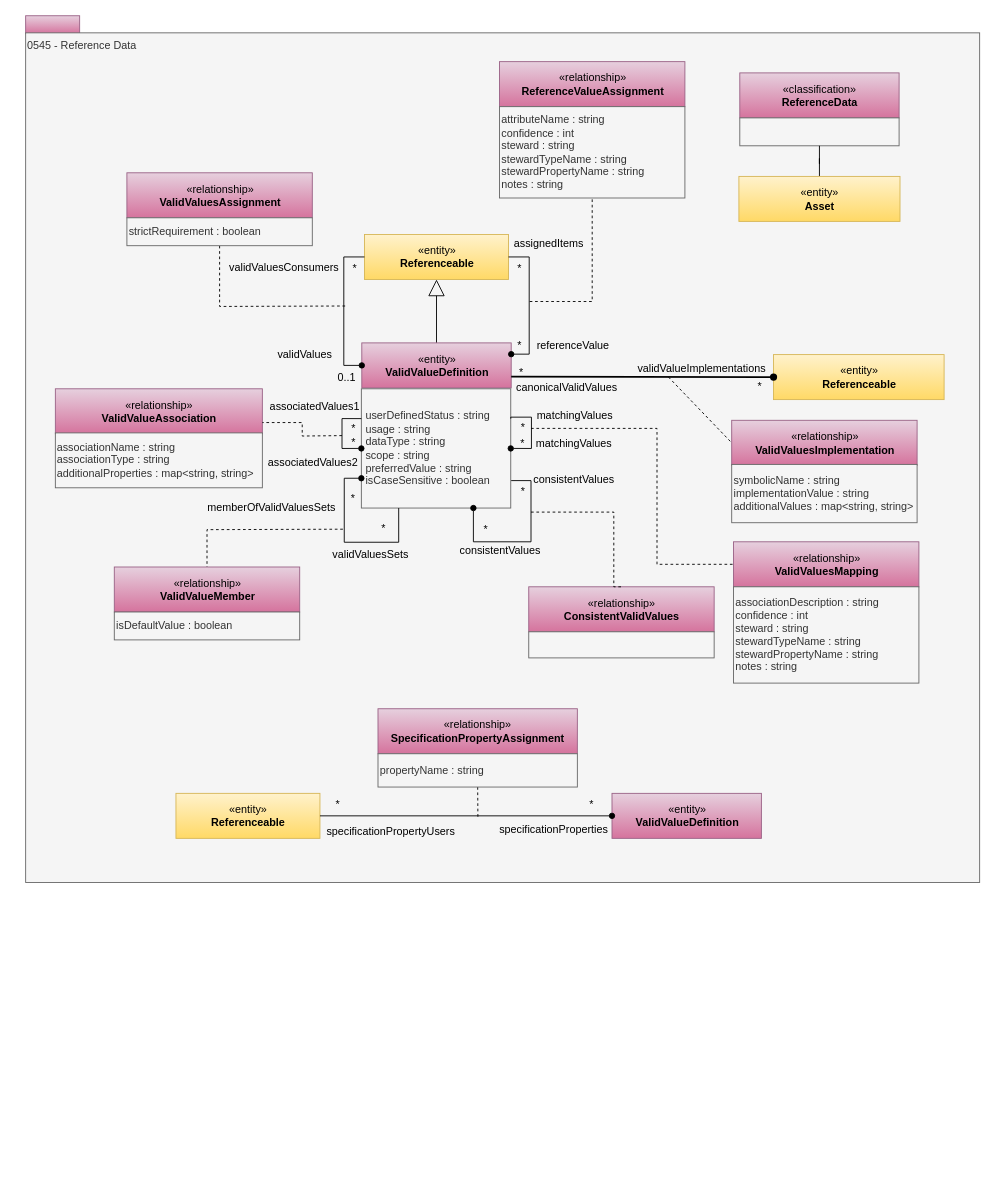
The draw.io diagram page "0545-Reference-Data" (26 of 36) of site/docs/types/5/area-5-models-and-schema.drawio in odpi/egeria-docs, before the edit. Source tidied: cells renumbered, new cells numbered last; positions are measured from the earlier drawing's top-left corner, leaving out a move shared by most shapes. Both pictures are drawn from the tidied source at 90%, with x=0, y=0 at pixel (25, 15).
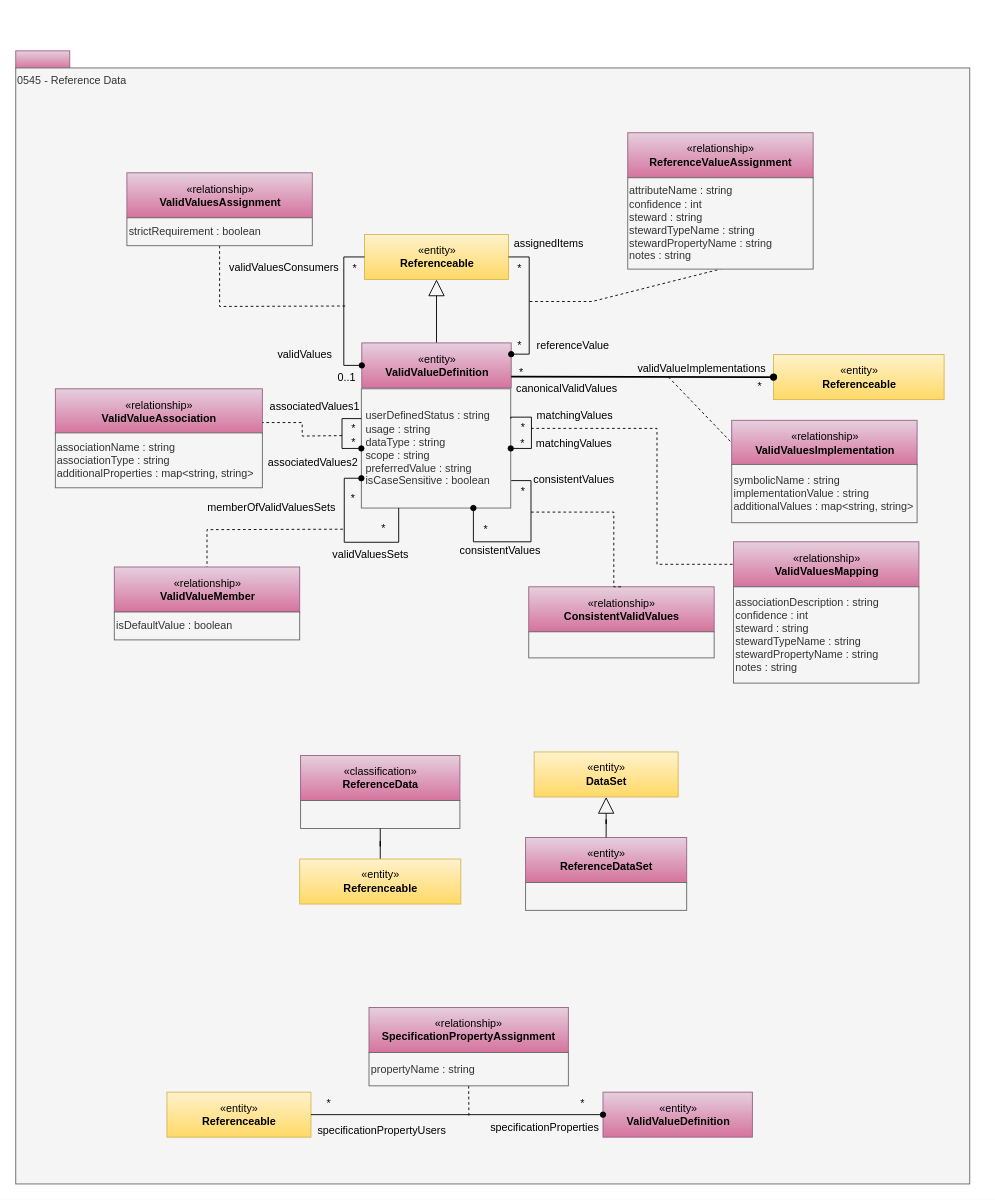
The same diagram, later.

Diff of the diagram source:
```diff
@@
     <mxCell id="2" style="rounded=0;whiteSpace=wrap;html=1;align=left;fillColor=#e6d0de;strokeColor=#996185;gradientColor=#d5739d;" parent="1" vertex="1">
-      <mxGeometry width="60" height="20" as="geometry" />
+      <mxGeometry x="-11" y="39" width="60" height="20" as="geometry" />
     </mxCell>
     <mxCell id="3" value="0545 - Reference Data" style="rounded=0;whiteSpace=wrap;html=1;align=left;verticalAlign=top;fillColor=#f5f5f5;fontColor=#333333;strokeColor=#666666;" parent="1" vertex="1">
-      <mxGeometry y="19" width="1060" height="944" as="geometry" />
+      <mxGeometry x="-11" y="58" width="1060" height="1240" as="geometry" />
     </mxCell>
@@
     <mxCell id="16" value="«classification»&lt;br&gt;&lt;b&gt;ReferenceData&lt;/b&gt;" style="html=1;strokeColor=#996185;align=center;fillColor=#e6d0de;gradientColor=#d5739d;" parent="1" vertex="1">
-      <mxGeometry x="793.5" y="63.5" width="177" height="50" as="geometry" />
+      <mxGeometry x="305.5" y="822" width="177" height="50" as="geometry" />
     </mxCell>
     <mxCell id="17" style="rounded=0;whiteSpace=wrap;html=1;strokeColor=#666666;align=left;fillColor=#f5f5f5;fontColor=#333333;" parent="1" vertex="1">
-      <mxGeometry x="793.5" y="113.5" width="177" height="31" as="geometry" />
+      <mxGeometry x="305.5" y="872" width="177" height="31" as="geometry" />
     </mxCell>
@@
     <mxCell id="42" value="«relationship»&lt;br&gt;&lt;b&gt;ReferenceValueAssignment&lt;/b&gt;" style="html=1;strokeColor=#996185;align=center;fillColor=#e6d0de;gradientColor=#d5739d;" parent="1" vertex="1">
-      <mxGeometry x="526.5" y="51" width="206" height="50" as="geometry" />
+      <mxGeometry x="669" y="130" width="206" height="50" as="geometry" />
     </mxCell>
@@
     <mxCell id="44" value="&lt;div&gt;attributeName : string&lt;/div&gt;&lt;div&gt;confidence : int&lt;br&gt;&lt;/div&gt;&lt;div&gt;steward : string&lt;/div&gt;&lt;div&gt;&lt;div&gt;stewardTypeName : string&lt;/div&gt;&lt;div&gt;stewardPropertyName : string&lt;/div&gt;&lt;/div&gt;&lt;div&gt;notes : string&lt;/div&gt;" style="rounded=0;whiteSpace=wrap;html=1;strokeColor=#666666;align=left;fillColor=#f5f5f5;fontColor=#333333;" parent="1" vertex="1">
-      <mxGeometry x="526.5" y="101" width="206" height="101.5" as="geometry" />
+      <mxGeometry x="669" y="180" width="206" height="101.5" as="geometry" />
     </mxCell>
@@
-    <mxCell id="68" value="«entity»&lt;br&gt;&lt;b&gt;Asset&lt;/b&gt;" style="html=1;strokeColor=#d6b656;align=center;fillColor=#fff2cc;gradientColor=#ffd966;" parent="1" vertex="1">
-      <mxGeometry x="792.5" y="178.5" width="179" height="50" as="geometry" />
+    <mxCell id="68" value="«entity»&lt;br&gt;&lt;b&gt;Referenceable&lt;/b&gt;" style="html=1;strokeColor=#d6b656;align=center;fillColor=#fff2cc;gradientColor=#ffd966;" parent="1" vertex="1">
+      <mxGeometry x="304.5" y="937" width="179" height="50" as="geometry" />
     </mxCell>
     <mxCell id="69" value="«entity»&lt;br&gt;&lt;b&gt;ValidValueDefinition&lt;/b&gt;" style="html=1;strokeColor=#996185;align=center;fillColor=#e6d0de;gradientColor=#d5739d;" parent="1" vertex="1">
-      <mxGeometry x="651.5" y="864" width="166" height="50" as="geometry" />
+      <mxGeometry x="641.5" y="1196" width="166" height="50" as="geometry" />
     </mxCell>
     <mxCell id="70" value="«entity»&lt;br&gt;&lt;b&gt;Referenceable&lt;/b&gt;" style="html=1;strokeColor=#d6b656;align=center;fillColor=#fff2cc;gradientColor=#ffd966;" parent="1" vertex="1">
-      <mxGeometry x="167" y="864" width="160" height="50" as="geometry" />
+      <mxGeometry x="157" y="1196" width="160" height="50" as="geometry" />
     </mxCell>
     <mxCell id="71" value="*" style="text;html=1;strokeColor=none;fillColor=none;align=center;verticalAlign=middle;whiteSpace=wrap;rounded=0;" parent="1" vertex="1">
-      <mxGeometry x="609" y="867" width="40" height="20" as="geometry" />
+      <mxGeometry x="599" y="1199" width="40" height="20" as="geometry" />
     </mxCell>
     <mxCell id="72" value="*" style="text;html=1;strokeColor=none;fillColor=none;align=center;verticalAlign=middle;whiteSpace=wrap;rounded=0;" parent="1" vertex="1">
-      <mxGeometry x="327" y="867" width="40" height="20" as="geometry" />
+      <mxGeometry x="317" y="1199" width="40" height="20" as="geometry" />
     </mxCell>
     <mxCell id="73" value="«relationship»&lt;br&gt;&lt;b&gt;SpecificationPropertyAssignment&lt;/b&gt;" style="html=1;strokeColor=#996185;align=center;fillColor=#e6d0de;gradientColor=#d5739d;" parent="1" vertex="1">
-      <mxGeometry x="391.5" y="770" width="221.5" height="50" as="geometry" />
+      <mxGeometry x="381.5" y="1102" width="221.5" height="50" as="geometry" />
     </mxCell>
     <mxCell id="74" style="endArrow=none;dashed=1;html=1;entryX=0.5;entryY=1;entryDx=0;entryDy=0;rounded=0;" parent="1" edge="1" target="75">
       <mxGeometry relative="1" as="geometry">
-        <mxPoint x="502.5" y="890" as="sourcePoint" />
+        <mxPoint x="492.5" y="1222" as="sourcePoint" />
       </mxGeometry>
     </mxCell>
     <mxCell id="75" value="&lt;div&gt;propertyName : string&lt;/div&gt;" style="rounded=0;whiteSpace=wrap;html=1;strokeColor=#666666;align=left;fillColor=#f5f5f5;fontColor=#333333;" parent="1" vertex="1">
-      <mxGeometry x="391.5" y="820" width="221.5" height="37" as="geometry" />
+      <mxGeometry x="381.5" y="1152" width="221.5" height="37" as="geometry" />
     </mxCell>
     <mxCell id="76" value="specificationPropertyUsers" style="text;html=1;strokeColor=none;fillColor=none;align=center;verticalAlign=middle;whiteSpace=wrap;rounded=0;" parent="1" vertex="1">
-      <mxGeometry x="352" y="897" width="108" height="20" as="geometry" />
+      <mxGeometry x="342" y="1229" width="108" height="20" as="geometry" />
     </mxCell>
     <mxCell id="77" value="specificationProperties" style="text;html=1;strokeColor=none;fillColor=none;align=center;verticalAlign=middle;whiteSpace=wrap;rounded=0;" parent="1" vertex="1">
-      <mxGeometry x="522" y="894" width="129.5" height="20" as="geometry" />
+      <mxGeometry x="512" y="1226" width="129.5" height="20" as="geometry" />
     </mxCell>
@@
+    <mxCell id="79" value="«entity»&lt;br&gt;&lt;b&gt;ReferenceDataSet&lt;/b&gt;" style="html=1;strokeColor=#996185;align=center;fillColor=#e6d0de;gradientColor=#d5739d;" parent="1" vertex="1">
+      <mxGeometry x="555.5" y="913" width="179" height="50" as="geometry" />
+    </mxCell>
+    <mxCell id="80" style="edgeStyle=orthogonalEdgeStyle;rounded=0;jettySize=auto;html=1;endArrow=block;endFill=0;endSize=16;" parent="1" edge="1" source="79" target="81">
+      <mxGeometry relative="1" as="geometry" />
+    </mxCell>
+    <mxCell id="81" value="«entity»&lt;br&gt;&lt;b&gt;DataSet&lt;/b&gt;" style="html=1;strokeColor=#d6b656;align=center;fillColor=#fff2cc;gradientColor=#ffd966;" parent="1" vertex="1">
+      <mxGeometry x="565" y="818" width="160" height="50" as="geometry" />
+    </mxCell>
+    <mxCell id="82" style="rounded=0;whiteSpace=wrap;html=1;strokeColor=#666666;align=left;fillColor=#f5f5f5;fontColor=#333333;" parent="1" vertex="1">
+      <mxGeometry x="555.5" y="963" width="179" height="31" as="geometry" />
+    </mxCell>
```
